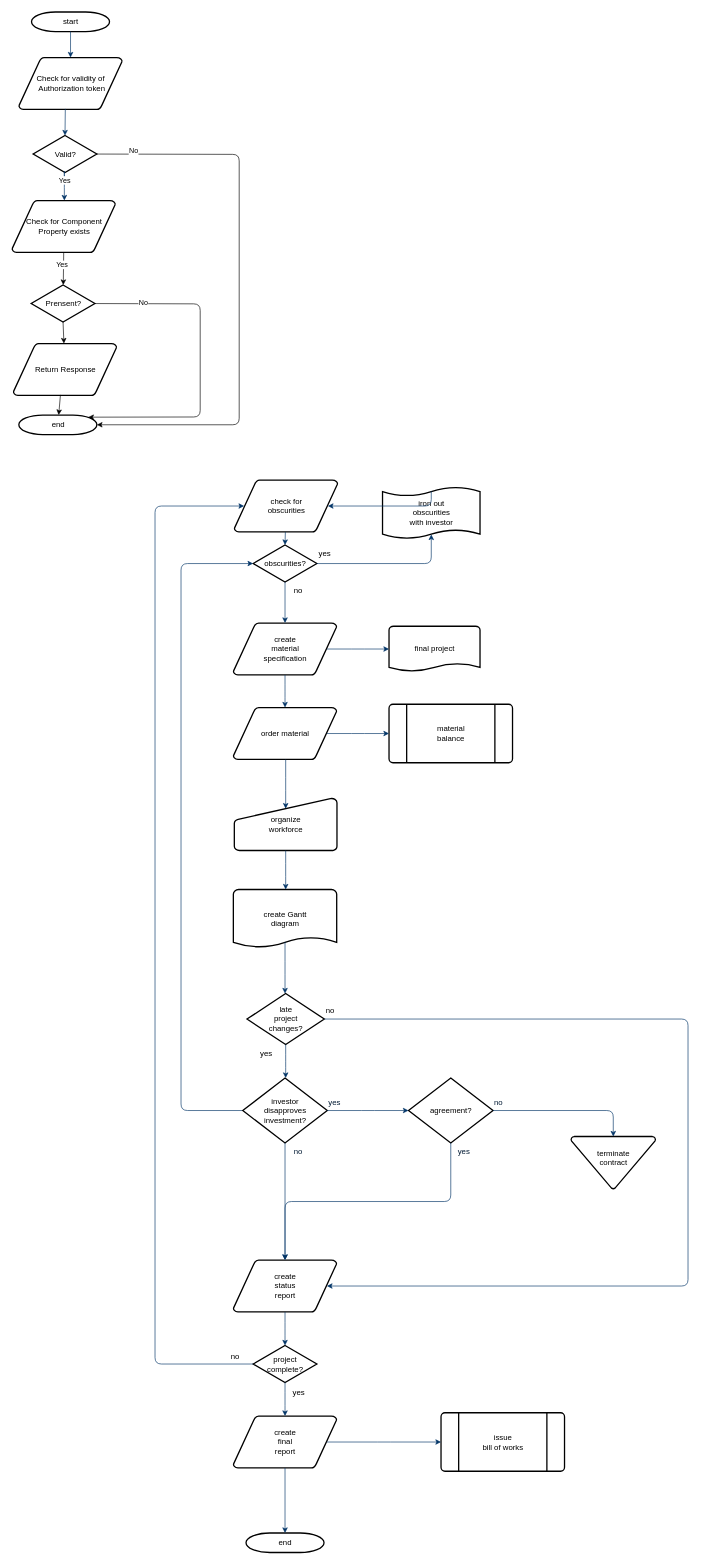
Earlier version of the draw.io diagram page "Component Properties" (1 of 9) of Untitled Diagram.drawio (ishrikanth/Eommerce-fast). Source tidied: cells renumbered, new cells numbered last; positions are measured from the earlier drawing's top-left corner, leaving out a move shared by most shapes. Both pictures are drawn from the tidied source at 65%, with x=0, y=0 at pixel (12, 12).
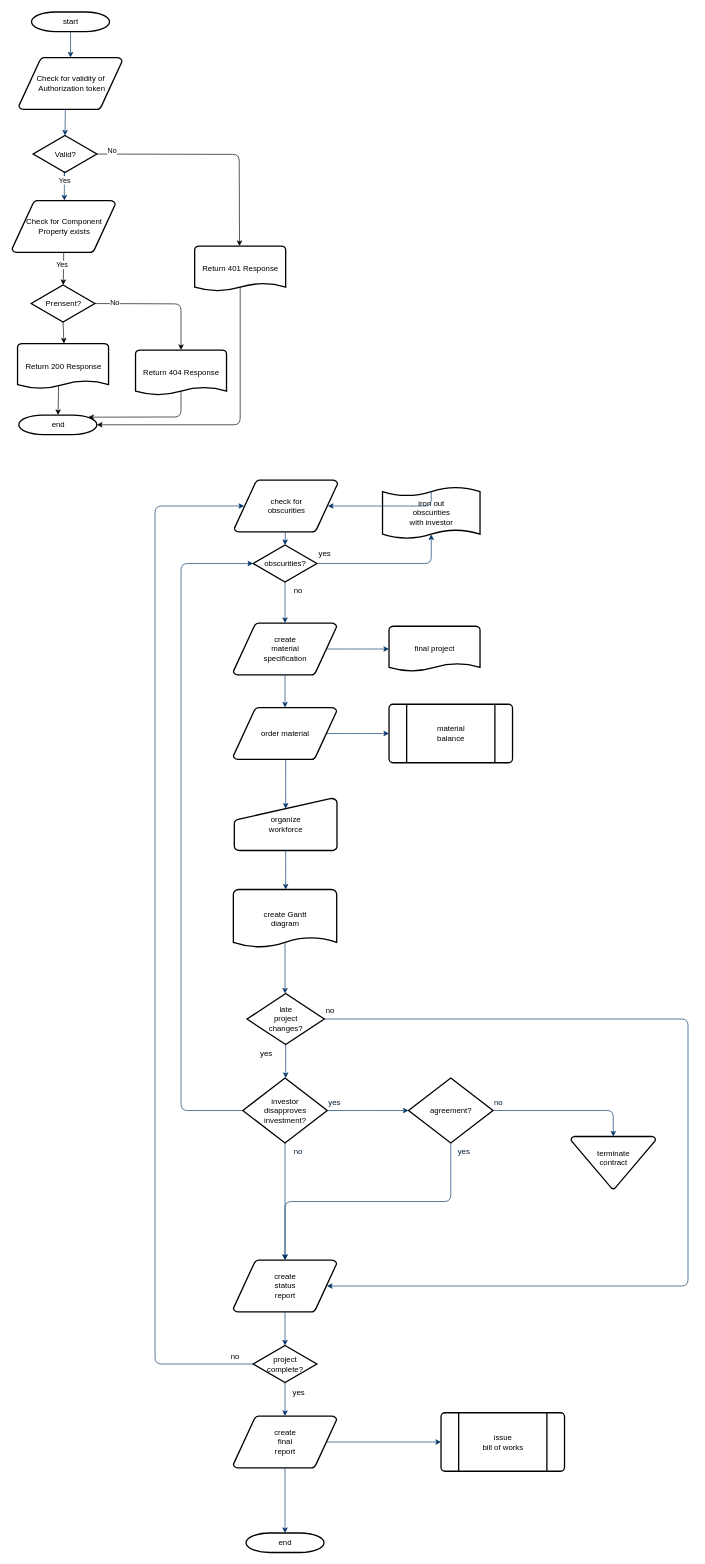
The same diagram, later.

The change refers to these unchanged cells:
```xml
<mxCell id="56" value="Valid?" style="shape=mxgraph.flowchart.decision;strokeWidth=2;gradientColor=none;gradientDirection=north;fontStyle=0;html=1;" parent="1" vertex="1">
  <mxGeometry x="32.5" y="190" width="98" height="57" as="geometry" />
</mxCell>
<mxCell id="60" value="Prensent?" style="shape=mxgraph.flowchart.decision;strokeWidth=2;gradientColor=none;gradientDirection=north;fontStyle=0;html=1;" parent="1" vertex="1">
  <mxGeometry x="29.5" y="420" width="98" height="57" as="geometry" />
</mxCell>
<mxCell id="62" value="end" style="shape=mxgraph.flowchart.terminator;strokeWidth=2;gradientColor=none;gradientDirection=north;fontStyle=0;html=1;" parent="1" vertex="1">
  <mxGeometry x="10.5" y="620" width="120" height="30" as="geometry" />
</mxCell>
```

The edit, as a diff of the source:
```diff
@@
-    <mxCell id="61" value="Return Response" style="shape=mxgraph.flowchart.data;strokeWidth=2;gradientColor=none;gradientDirection=north;fontStyle=0;html=1;" parent="1" vertex="1">
-      <mxGeometry x="2" y="510" width="159" height="80" as="geometry" />
-    </mxCell>
@@
-    <mxCell id="63" style="endArrow=classic;html=1;exitX=0.456;exitY=0.988;exitDx=0;exitDy=0;exitPerimeter=0;" parent="1" edge="1" source="61" target="62">
+    <mxCell id="63" style="endArrow=classic;html=1;exitX=0.452;exitY=0.857;exitDx=0;exitDy=0;exitPerimeter=0;" parent="1" edge="1" source="71" target="62">
       <mxGeometry relative="1" as="geometry" />
     </mxCell>
-    <mxCell id="64" style="endArrow=classic;html=1;exitX=0.5;exitY=1;exitDx=0;exitDy=0;exitPerimeter=0;" parent="1" edge="1" source="60" target="61">
-      <mxGeometry relative="1" as="geometry" />
+    <mxCell id="64" style="endArrow=classic;html=1;exitX=0.5;exitY=1;exitDx=0;exitDy=0;exitPerimeter=0;" parent="1" edge="1" source="60">
+      <mxGeometry relative="1" as="geometry">
+        <mxPoint x="79.9" y="510" as="targetPoint" />
+      </mxGeometry>
     </mxCell>
@@
-    <mxCell id="67" style="endArrow=classic;html=1;exitX=1;exitY=0.5;exitDx=0;exitDy=0;exitPerimeter=0;entryX=1;entryY=0.5;entryDx=0;entryDy=0;entryPerimeter=0;" parent="1" edge="1" source="56" target="62">
+    <mxCell id="67" style="endArrow=classic;html=1;exitX=1;exitY=0.5;exitDx=0;exitDy=0;exitPerimeter=0;" parent="1" edge="1" source="56" target="73">
       <mxGeometry relative="1" as="geometry">
         <Array as="points">
           <mxPoint x="349.5" y="219" />
-          <mxPoint x="349.5" y="635" />
+          <mxPoint x="350" y="360" />
         </Array>
       </mxGeometry>
     </mxCell>
@@
-    <mxCell id="69" style="endArrow=classic;html=1;exitX=1;exitY=0.5;exitDx=0;exitDy=0;exitPerimeter=0;entryX=0.89;entryY=0.11;entryDx=0;entryDy=0;entryPerimeter=0;" parent="1" edge="1" source="60" target="62">
+    <mxCell id="69" style="endArrow=classic;html=1;exitX=1;exitY=0.5;exitDx=0;exitDy=0;exitPerimeter=0;entryX=0.5;entryY=0;entryDx=0;entryDy=0;entryPerimeter=0;" parent="1" edge="1" source="60" target="72">
       <mxGeometry relative="1" as="geometry">
         <Array as="points">
-          <mxPoint x="289.5" y="449" />
-          <mxPoint x="289.5" y="623" />
+          <mxPoint x="260" y="449" />
         </Array>
       </mxGeometry>
     </mxCell>
@@
+    <mxCell id="71" value="Return 200 Response" style="shape=mxgraph.flowchart.document;strokeWidth=2;gradientColor=none;gradientDirection=north;fontStyle=0;html=1;" parent="1" vertex="1">
+      <mxGeometry x="8.5" y="510" width="140" height="70" as="geometry" />
+    </mxCell>
+    <mxCell id="72" value="Return 404 Response" style="shape=mxgraph.flowchart.document;strokeWidth=2;gradientColor=none;gradientDirection=north;fontStyle=0;html=1;" parent="1" vertex="1">
+      <mxGeometry x="190" y="520" width="140" height="70" as="geometry" />
+    </mxCell>
+    <mxCell id="73" value="Return 401 Response" style="shape=mxgraph.flowchart.document;strokeWidth=2;gradientColor=none;gradientDirection=north;fontStyle=0;html=1;" parent="1" vertex="1">
+      <mxGeometry x="281" y="360" width="140" height="70" as="geometry" />
+    </mxCell>
+    <mxCell id="74" style="endArrow=classic;html=1;exitX=0.5;exitY=0.9;exitDx=0;exitDy=0;exitPerimeter=0;entryX=1;entryY=0.5;entryDx=0;entryDy=0;entryPerimeter=0;" parent="1" edge="1" source="73" target="62">
+      <mxGeometry relative="1" as="geometry">
+        <Array as="points">
+          <mxPoint x="351" y="635" />
+        </Array>
+      </mxGeometry>
+    </mxCell>
+    <mxCell id="75" style="endArrow=classic;html=1;exitX=0.5;exitY=0.9;exitDx=0;exitDy=0;exitPerimeter=0;entryX=0.89;entryY=0.11;entryDx=0;entryDy=0;entryPerimeter=0;" parent="1" edge="1" source="72" target="62">
+      <mxGeometry relative="1" as="geometry">
+        <Array as="points">
+          <mxPoint x="260" y="623" />
+        </Array>
+      </mxGeometry>
+    </mxCell>
```
